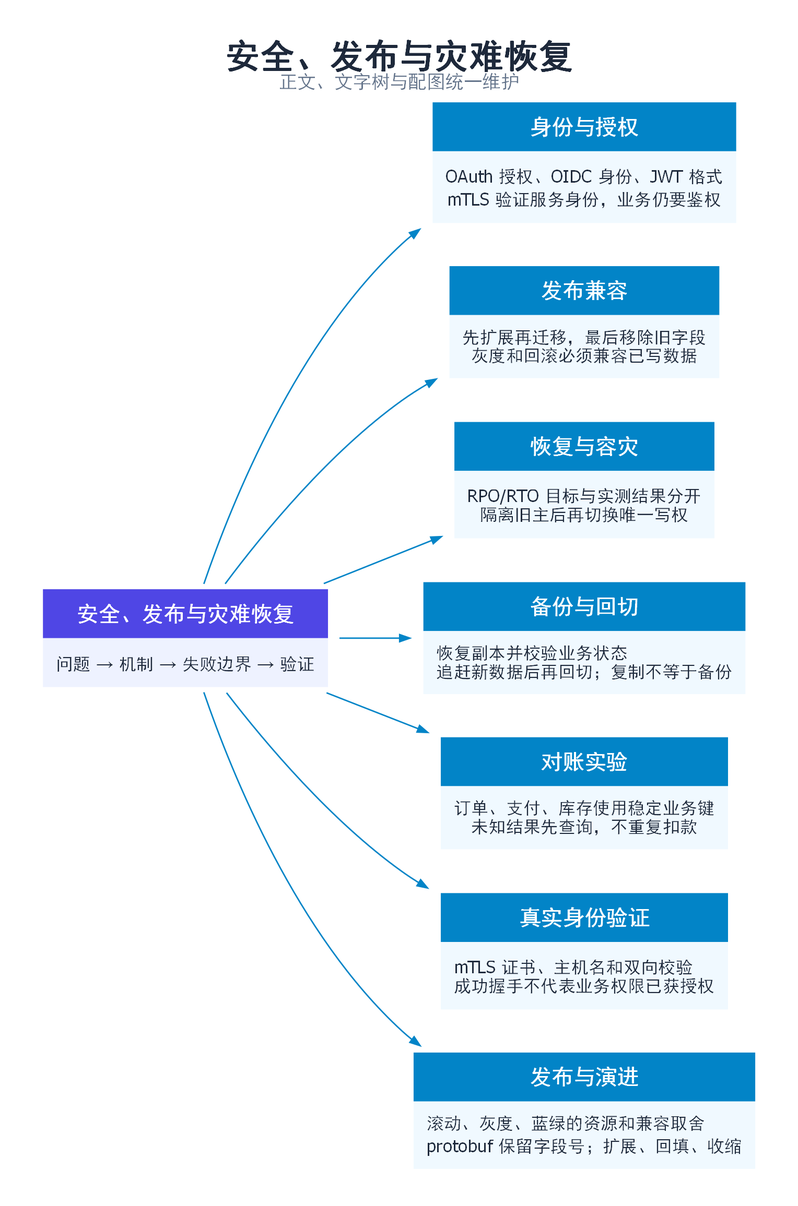
Before: 分布式系统/images/topic-12-mindmap.png, a diagram exported from Graphviz (zingerWang/Jobs). Its source is kept beside it as 分布式系统/images/topic-12-mindmap.dot.
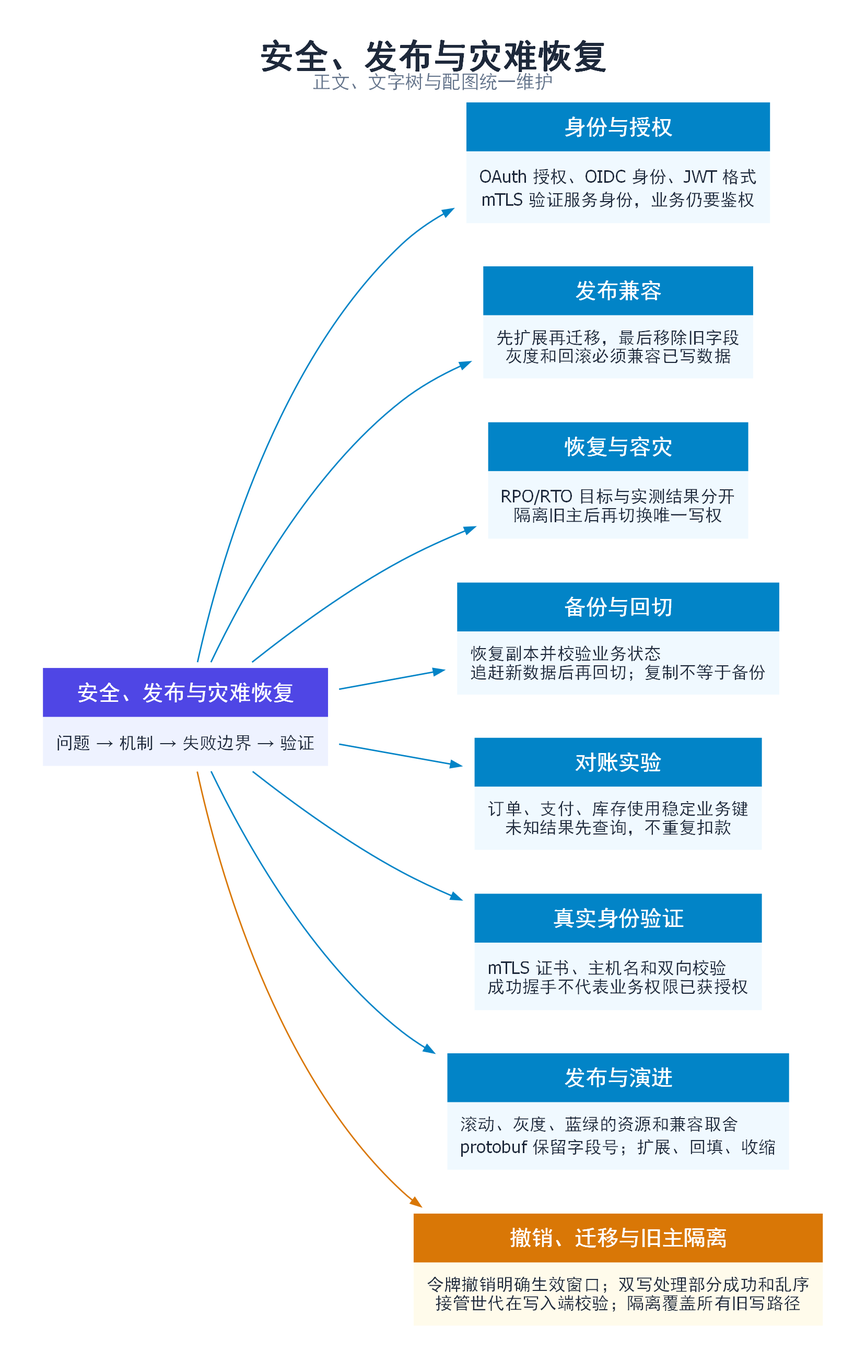
Above is the later version.

Diff of the diagram source:
```diff
@@ -17,4 +17,6 @@
 root -> n4;
 root -> n5;
 root -> n6;
+engineering [label=<<TABLE BORDER="0" CELLBORDER="0" CELLSPACING="0" CELLPADDING="9"><TR><TD BGCOLOR="#D97706"><FONT COLOR="white" POINT-SIZE="15"><B>撤销、迁移与旧主隔离</B></FONT></TD></TR><TR><TD BGCOLOR="#FFFBEB" ALIGN="LEFT"><FONT COLOR="#1E293B" POINT-SIZE="12">令牌撤销明确生效窗口；双写处理部分成功和乱序<BR ALIGN="LEFT"/>接管世代在写入端校验；隔离覆盖所有旧写路径</FONT></TD></TR></TABLE>>];
+root -> engineering [color="#D97706",fontcolor="#D97706"];
 }
```
